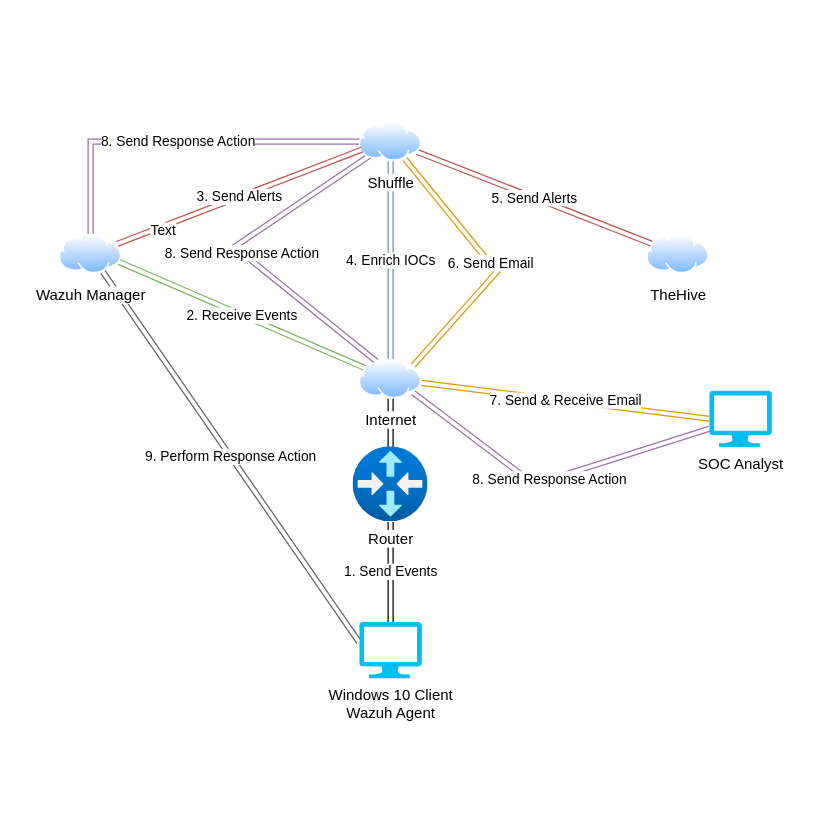
beersb/SOC-Automation-Lab keeps this draw.io diagram as Untitled Diagram.drawio. Above is the earlier version. Source tidied: cells renumbered, new cells numbered last; positions are measured from the earlier drawing's top-left corner, leaving out a move shared by most shapes. Both pictures are drawn from the tidied source at 125%, with x=0, y=0 at pixel (59, 121).
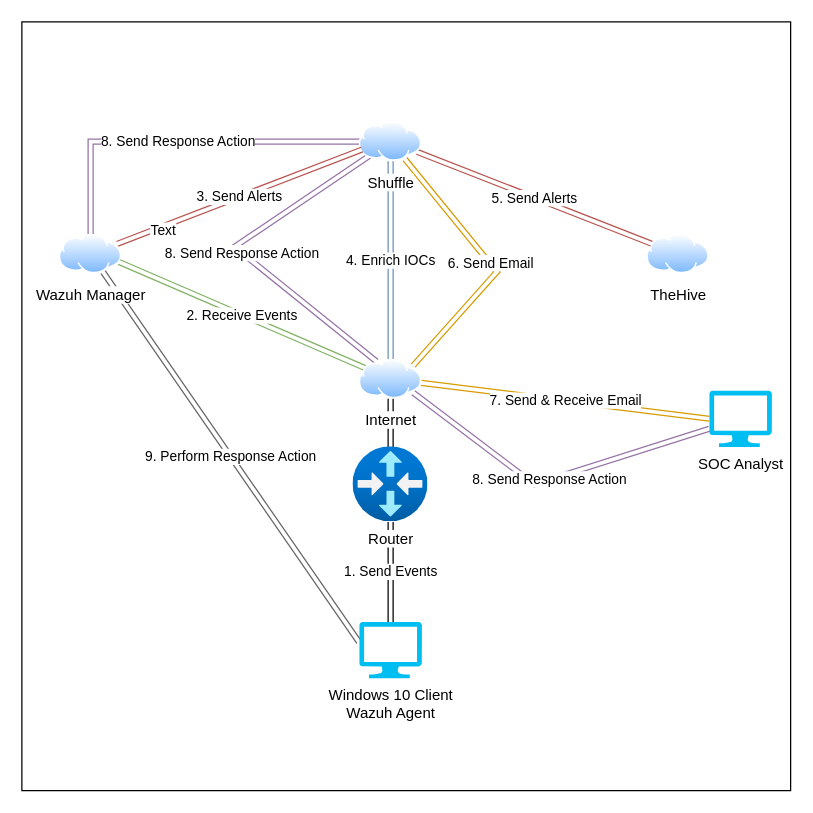
The same diagram, later.

Diff of the diagram source:
```diff
@@
+    <mxCell id="22" style="whiteSpace=wrap;html=1;" parent="1" vertex="1">
+      <mxGeometry x="-30" y="-80" width="615" height="615" as="geometry" />
+    </mxCell>
```
